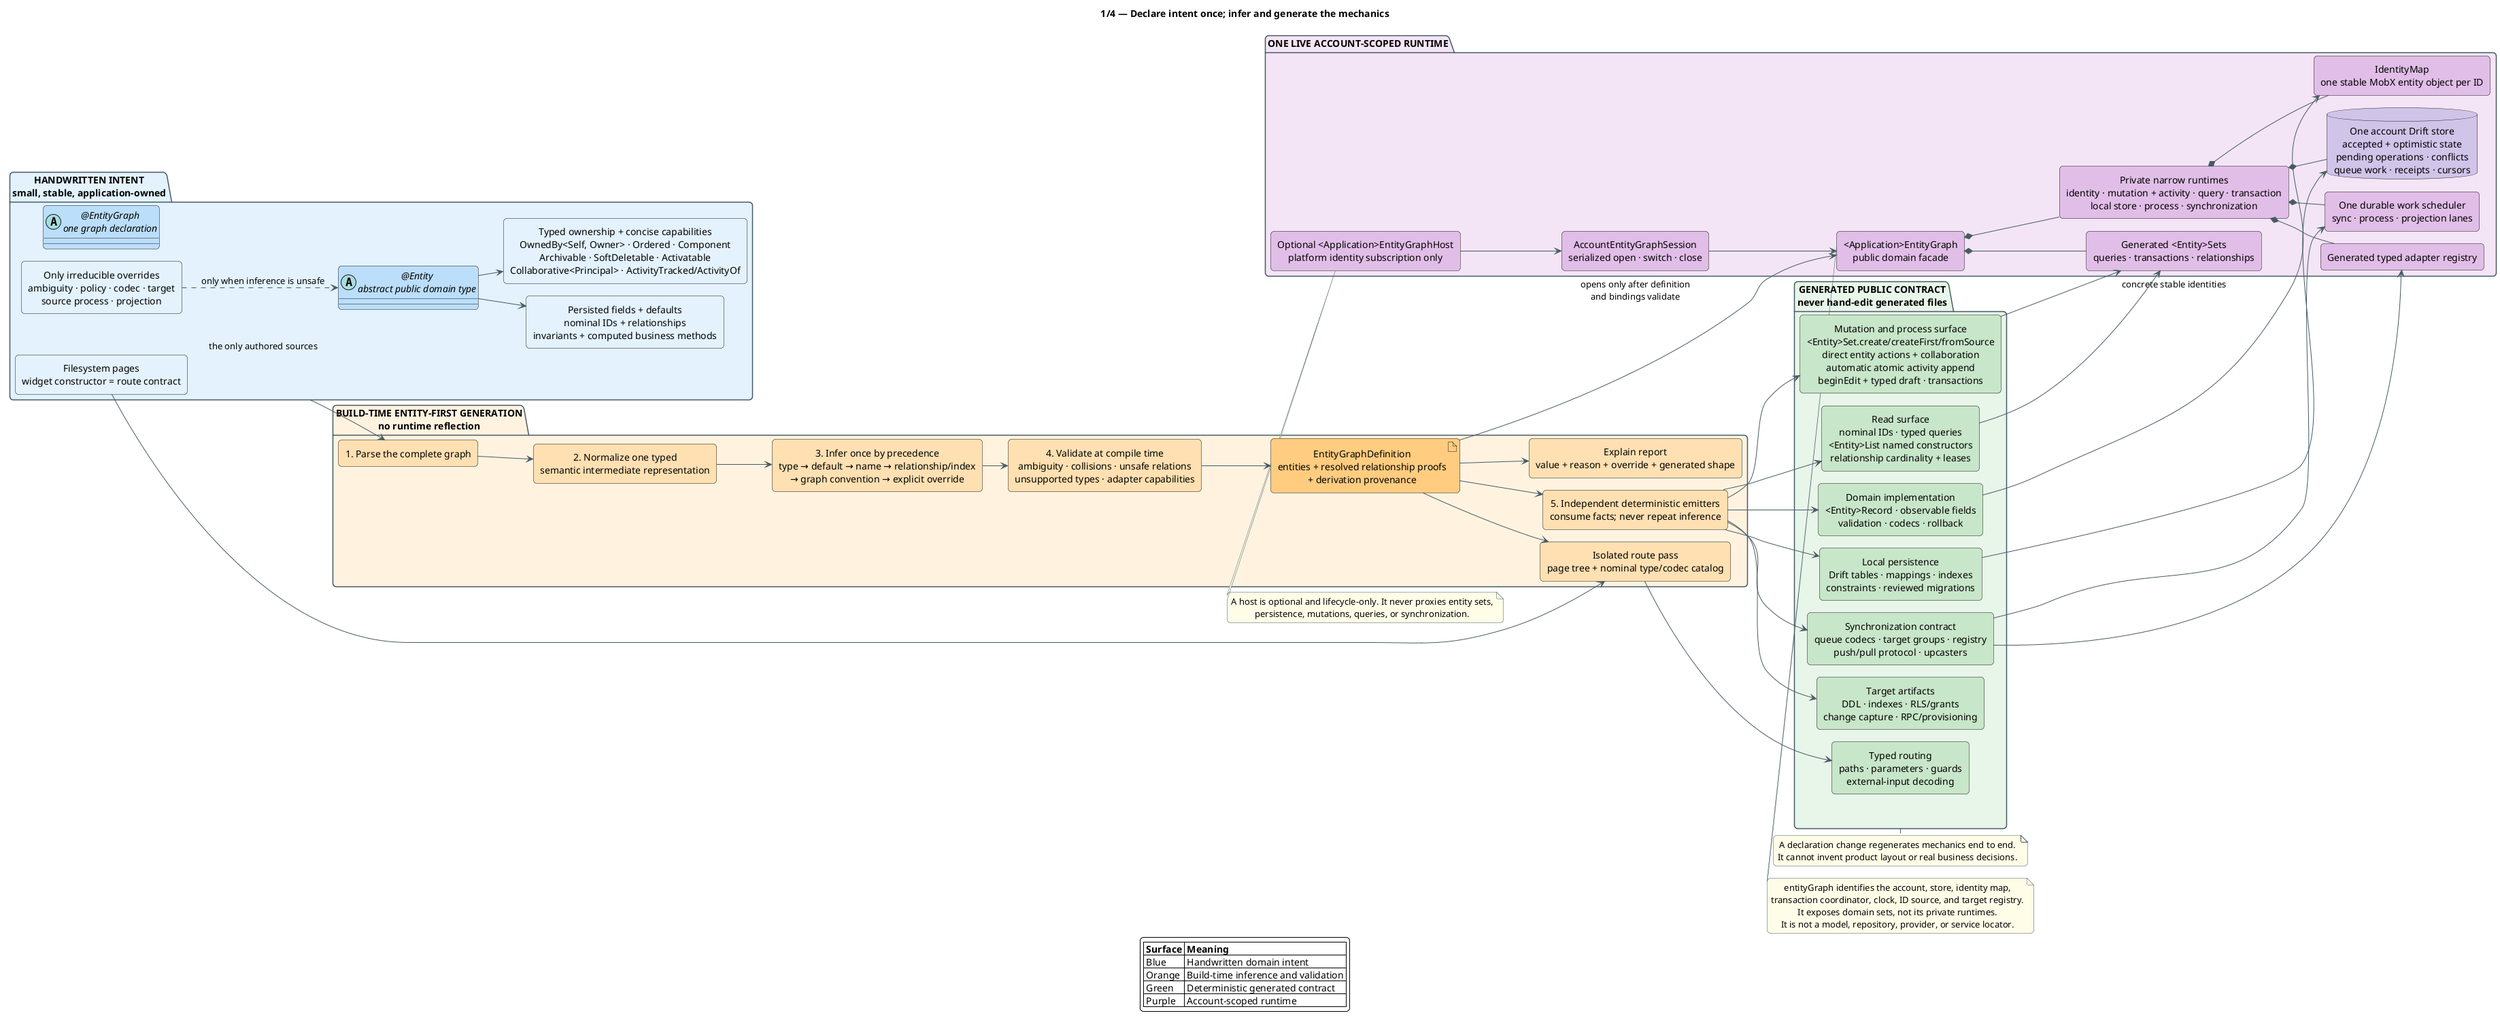
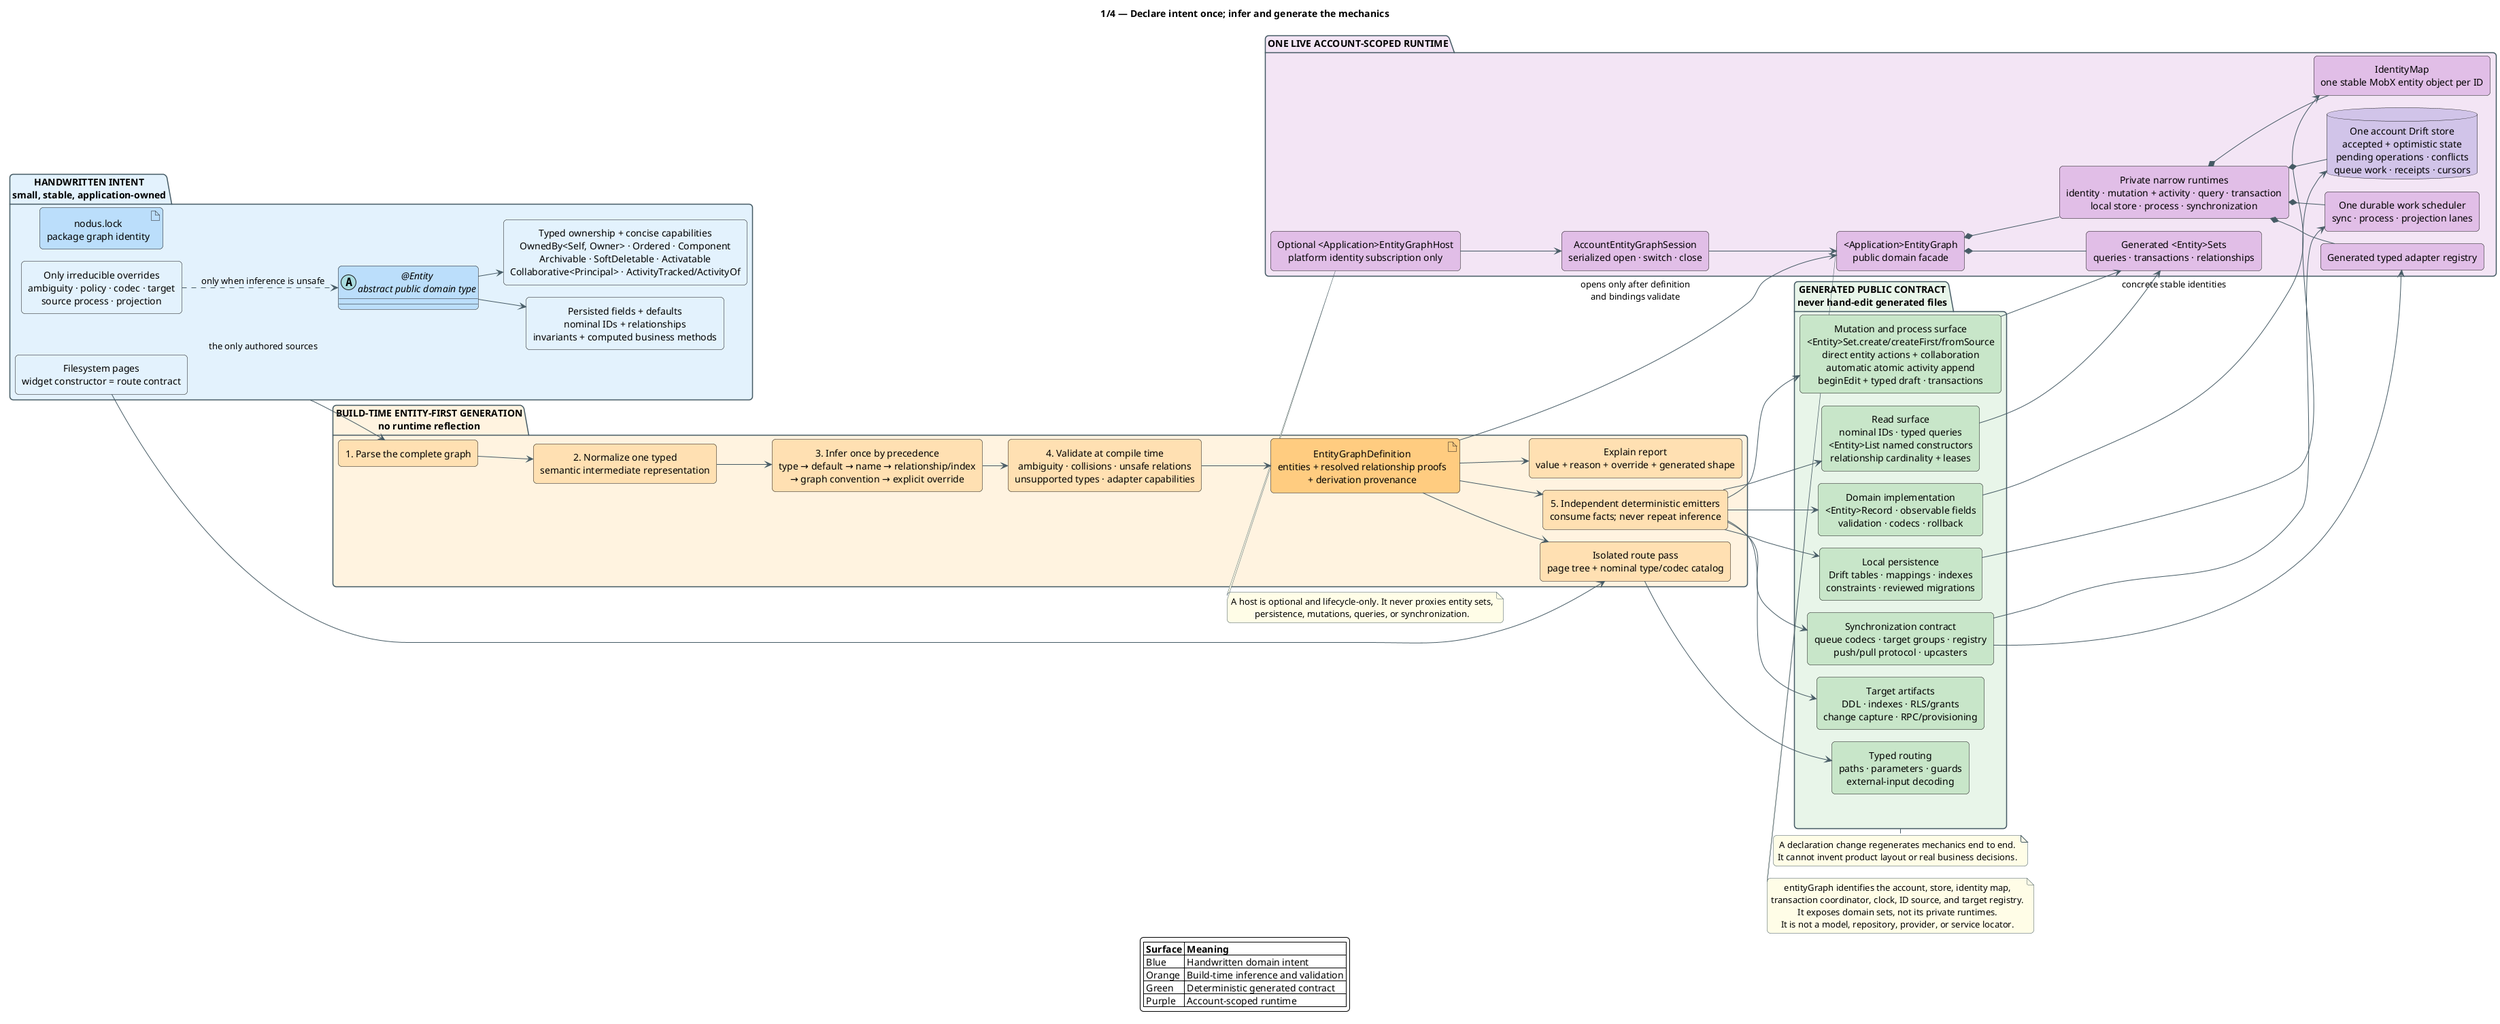
' Entity-first local-first architecture atlas.
' Render every @startuml block to obtain the complete four-view diagram.
' The Markdown contract remains normative; this file is its visual map.

@startuml architecture-01-intent-generation-runtime
!pragma layout smetana
allowmixing
title 1/4 — Declare intent once; infer and generate the mechanics

left to right direction
skinparam backgroundColor #FFFFFF
skinparam shadowing false
skinparam roundcorner 10
skinparam linetype ortho
skinparam componentStyle rectangle
skinparam defaultTextAlignment center
skinparam ArrowColor #455A64
skinparam packageBorderColor #455A64
skinparam packageTitleFontStyle bold
skinparam noteBorderColor #455A64
skinparam noteBackgroundColor #FFFDE7

package "HANDWRITTEN INTENT\nsmall, stable, application-owned" as Authored #E3F2FD {
  abstract class "@Entity\nabstract public domain type" as Entity #BBDEFB
  component "Persisted fields + defaults\nnominal IDs + relationships\ninvariants + computed business methods" as EntityIntent #E3F2FD
  component "Typed ownership + concise capabilities\nOwnedBy<Self, Owner> · Ordered · Component\nArchivable · SoftDeletable · Activatable\nCollaborative<Principal> · ActivityTracked/ActivityOf" as Capabilities #E3F2FD
-   abstract class "@EntityGraph\none graph declaration" as GraphDeclaration #BBDEFB
+   artifact "nodus.lock\npackage graph identity" as GraphDeclaration #BBDEFB
  component "Filesystem pages\nwidget constructor = route contract" as Pages #E3F2FD
  component "Only irreducible overrides\nambiguity · policy · codec · target\nsource process · projection" as Overrides #E3F2FD

  Entity --> EntityIntent
  Entity --> Capabilities
  Overrides ..> Entity : only when inference is unsafe
}

package "BUILD-TIME ENTITY-FIRST GENERATION\nno runtime reflection" as Build #FFF3E0 {
  component "1. Parse the complete graph" as Parse #FFE0B2
  component "2. Normalize one typed\nsemantic intermediate representation" as Normalize #FFE0B2
  component "3. Infer once by precedence\ntype → default → name → relationship/index\n→ graph convention → explicit override" as Infer #FFE0B2
  component "4. Validate at compile time\nambiguity · collisions · unsafe relations\nunsupported types · adapter capabilities" as Validate #FFE0B2
  artifact "EntityGraphDefinition\nentities + resolved relationship proofs\n+ derivation provenance" as Definition #FFCC80
  component "5. Independent deterministic emitters\nconsume facts; never repeat inference" as Emit #FFE0B2
  component "Explain report\nvalue + reason + override + generated shape" as Explain #FFE0B2
  component "Isolated route pass\npage tree + nominal type/codec catalog" as RoutePass #FFE0B2

  Parse --> Normalize
  Normalize --> Infer
  Infer --> Validate
  Validate --> Definition
  Definition --> Emit
  Definition --> Explain
  Definition --> RoutePass
}

package "GENERATED PUBLIC CONTRACT\nnever hand-edit generated files" as Generated #E8F5E9 {
  component "Domain implementation\n<Entity>Record · observable fields\nvalidation · codecs · rollback" as Record #C8E6C9
  component "Mutation and process surface\n<Entity>Set.create/createFirst/fromSource\ndirect entity actions + collaboration\nautomatic atomic activity append\nbeginEdit + typed draft · transactions" as MutationApi #C8E6C9
  component "Read surface\nnominal IDs · typed queries\n<Entity>List named constructors\nrelationship cardinality + leases" as ReadApi #C8E6C9
  component "Local persistence\nDrift tables · mappings · indexes\nconstraints · reviewed migrations" as LocalArtifacts #C8E6C9
  component "Synchronization contract\nqueue codecs · target groups · registry\npush/pull protocol · upcasters" as SyncArtifacts #C8E6C9
  component "Target artifacts\nDDL · indexes · RLS/grants\nchange capture · RPC/provisioning" as RemoteArtifacts #C8E6C9
  component "Typed routing\npaths · parameters · guards\nexternal-input decoding" as RoutingArtifacts #C8E6C9
}

package "ONE LIVE ACCOUNT-SCOPED RUNTIME" as Runtime #F3E5F5 {
  component "Optional <Application>EntityGraphHost\nplatform identity subscription only" as EntityGraphHost #E1BEE7
  component "AccountEntityGraphSession\nserialized open · switch · close" as EntityGraphSession #E1BEE7
  component "<Application>EntityGraph\npublic domain facade" as EntityGraph #E1BEE7
  component "Generated <Entity>Sets\nqueries · transactions · relationships" as Sets #E1BEE7
  component "Private narrow runtimes\nidentity · mutation + activity · query · transaction\nlocal store · process · synchronization" as PrivateRuntimes #E1BEE7
  component "IdentityMap\none stable MobX entity object per ID" as IdentityMap #E1BEE7
  database "One account Drift store\naccepted + optimistic state\npending operations · conflicts\nqueue work · receipts · cursors" as Drift #D1C4E9
  component "One durable work scheduler\nsync · process · projection lanes" as Scheduler #E1BEE7
  component "Generated typed adapter registry" as Registry #E1BEE7

  EntityGraphHost --> EntityGraphSession
  EntityGraphSession --> EntityGraph
  EntityGraph *-- Sets
  EntityGraph *-- PrivateRuntimes
  PrivateRuntimes *-- IdentityMap
  PrivateRuntimes *-- Drift
  PrivateRuntimes *-- Scheduler
  PrivateRuntimes *-- Registry
}

Authored --> Parse : the only authored sources
Emit --> Record
Emit --> MutationApi
Emit --> ReadApi
Emit --> LocalArtifacts
Emit --> SyncArtifacts
Emit --> RemoteArtifacts
Pages --> RoutePass
RoutePass --> RoutingArtifacts

Record --> IdentityMap : concrete stable identities
MutationApi --> Sets
ReadApi --> Sets
LocalArtifacts --> Drift
SyncArtifacts --> Scheduler
SyncArtifacts --> Registry
Definition --> EntityGraph : opens only after definition\nand bindings validate

note bottom of EntityGraph
  entityGraph identifies the account, store, identity map,
  transaction coordinator, clock, ID source, and target registry.
  It exposes domain sets, not its private runtimes.
  It is not a model, repository, provider, or service locator.
end note

note bottom of EntityGraphHost
  A host is optional and lifecycle-only. It never proxies entity sets,
  persistence, mutations, queries, or synchronization.
end note

note bottom of Generated
  A declaration change regenerates mechanics end to end.
  It cannot invent product layout or real business decisions.
end note

legend bottom
  |= Surface |= Meaning |
  | Blue | Handwritten domain intent |
  | Orange | Build-time inference and validation |
  | Green | Deterministic generated contract |
  | Purple | Account-scoped runtime |
endlegend
@enduml


@startuml architecture-02-write-push-pull-observe
title 2/4 — One local-first write, asynchronous convergence, precise UI reaction

skinparam backgroundColor #FFFFFF
skinparam shadowing false
skinparam roundcorner 8
skinparam sequenceArrowThickness 1
skinparam responseMessageBelowArrow true
skinparam maxMessageSize 90
skinparam noteBorderColor #455A64
skinparam noteBackgroundColor #FFFDE7
hide footbox

actor "Flutter UI\nObserver + Hooks" as UI
participant "Generated domain API\nset creation / direct entity actions\ndraft / typed list and lookup" as API
participant "EntityGraph\ntransaction coordinator" as Graph
participant "IdentityMap\nMobX projection" as Identity
database "Drift\nprojection + durable work" as DB
queue "Durable scheduler\nsync / process / projection lane" as Queue
participant "Generated router\n+ typed adapter" as Adapter
participant "Remote target\nSupabase / Convex / API" as Remote

== Typed read and observation ==
UI -> API : acquire typed <Entity>Query or <Entity>List
API -> Graph : structural query key + explicit lease
Graph -> DB : indexed/batched local query
DB --> Graph : typed rows
Graph -> Identity : materialize/update the same object per nominal ID
Identity --> UI : stable identities + exact fields/membership read
note over UI,Identity
  MobX records exactly what each Observer reads.
  Hooks own only widget-lifetime interaction resources.
end note

== Local-first mutation ==
UI -> API : create/fromSource / entity action / beginEdit().save() / transaction
API -> Graph : one typed mutation intent
Graph -> Graph : validate complete candidate + invariant + authorization
Graph -> Identity : one optimistic MobX action
Identity --> UI : immediate coherent projection

Graph -> DB : BEGIN local transaction
Graph -> DB : persist projection
opt replicated, exported, durable process, or secondary projection
  Graph -> DB : persist typed target/process/projection intent with stable operation ID
end
Graph -> DB : COMMIT
DB --> Graph : local durability confirmed
Graph --> API : Future completes
API --> UI : success means local commit, never remote completion

note over API,Graph
  transaction(FutureOr body) keeps one optimistic overlay and one atomic batch.
  Awaited inner mutations bind buffered commits; only the outer Future owns durability.
end note

alt local commit fails
  DB --> Graph : typed persistence failure
  Graph -> Identity : remove failed overlay; rebase later valid mutations
  Graph --> UI : typed failure after deterministic rollback/rebase
else local commit succeeds
  note over DB,Queue
    Projection and outbound work are atomic: neither can exist durably without the other.
  end note
end

== Asynchronous sync, process, or projection work ==
Queue -> DB : fairly claim bounded eligible work by target + direction
DB --> Queue : leased operation batch
Queue -> Adapter : generated typed payload + required version/receipt contract
Adapter -> Remote : idempotent target operation
Remote --> Adapter : canonical acknowledgement, process outcome, or projection receipt
Adapter -> DB : atomic base/outcome/receipt merge + pending-overlay rebase
DB -> Identity : publish only exact changed identities/fields/query membership
Identity --> UI : only dependent reactions rerun

== Collaboration and recovery ==
Remote -->> Adapter : realtime signal (wake-up hint only)
Adapter -> Queue : coalesce a durable pull request for this target
Queue -> Adapter : pull after independent monotonic target cursor
Adapter -> Remote : ordered change-log request
Remote --> Adapter : canonical snapshots/tombstones + next cursor
Adapter -> Adapter : validate descriptor/protocol; allowed deterministic upcast
Adapter -> DB : atomic base + projection + cursor update
DB -> Identity : update the same stable objects
Identity --> UI : exact observers and acquired lists react

note over Adapter,Remote
  Signals may be lost, delayed, or duplicated.
  Ordered cursor recovery is correctness; bounded snapshot recovery handles cursor expiry.
end note

note over UI,Remote
  No repository, provider mirror, feature refresh registry, direct remote write,
  raw patch map, duplicate DTO, per-row database stream, or global invalidation participates.
end note
@enduml


@startuml architecture-03-modes-targets-ordering
!pragma layout smetana
title 3/4 — Authority modes, projections, adapters, and ordered collaboration

top to bottom direction
skinparam backgroundColor #FFFFFF
skinparam shadowing false
skinparam roundcorner 10
skinparam linetype ortho
skinparam componentStyle rectangle
skinparam defaultTextAlignment center
skinparam ArrowColor #455A64
skinparam packageBorderColor #455A64
skinparam noteBorderColor #455A64
skinparam noteBackgroundColor #FFFDE7

- component "@EntityGraph\noptional defaultSyncTarget" as GraphDecl #BBDEFB
+ component "nodus.lock\ntyped default target" as GraphDecl #BBDEFB
component "@Entity\noptional sync mode or target override" as EntityDecl #BBDEFB
component "Generated typed target enum + registry\nentity descriptor groups + capability validation" as TargetRegistry #C8E6C9
component "One physical durable scheduler\nfair work-kind/target/direction lanes" as Scheduler #E1BEE7

GraphDecl --> TargetRegistry : infer default routing
EntityDecl --> TargetRegistry : inherit default; override only intent
TargetRegistry --> Scheduler

package "MODE IS AN AUTHORITY CONTRACT" as Modes #E8F5E9 {
  component "localOnly\nDrift only\nlocal mutations: yes\nqueue / pull: none" as LocalOnly #C8E6C9
  component "replicated\nlocal mutations: yes\naccepted remote base + pending overlay\npush + ordered pull + conflict rebase" as Replicated #C8E6C9
  component "imported\nremote authoritative\nordinary local mutation API: absent\nordered pull only" as Imported #C8E6C9
  component "exported\nDrift authoritative\nlocal mutations + idempotent outbox\nreceipt; no remote base/rebase" as Exported #C8E6C9
}

TargetRegistry --> LocalOnly : no target → safe default
TargetRegistry --> Replicated : graph default or entity target
TargetRegistry --> Imported : explicit only
TargetRegistry --> Exported : explicit only

package "SYNC TARGET ADAPTERS\ntransport is replaceable; domain is unchanged" as Targets #FFF3E0 {
  component "SupabaseSyncAdapter\nSQL schema + RLS + RPC + log" as Supabase #FFE0B2
  component "ConvexSyncAdapter\nnon-SQL protocol/provisioning" as Convex #FFE0B2
  component "NamedExternalApiSyncAdapter\nonly if it satisfies declared mode capabilities" as External #FFE0B2
  component "MultiMasterProtocolAdapter\none deterministic merge/recovery authority contract" as MultiMaster #FFE0B2
}

Scheduler --> Supabase : generated target lane
Scheduler --> Convex : generated target lane
Scheduler --> External : generated target lane
Scheduler --> MultiMaster : one encapsulated authority lane
Replicated ..> Scheduler
Imported ..> Scheduler
Exported ..> Scheduler

note right of Targets
  An entity names a stable target identifier, never an adapter class.
  The composition root supplies exactly one compatible adapter per used target.
  There is no handwritten entity-to-adapter map.
end note

package "SECONDARY PROJECTIONS — NEVER AUTHORITIES" as ProjectionPackage #E8F5E9 {
  component "Generated typed projection outbox\ninferred codec · routing · operation ID\nexplicit mapper only for changed semantics" as Projections #C8E6C9
  component "Search · analytics · calendar\nnotification · webhook · materialized view" as ProjectionTargets #C8E6C9
  Projections --> ProjectionTargets : independent idempotent receipts
}

Scheduler --> Projections : independent failure-isolated lanes

package "ORDERED CAPABILITY — SEMANTICS, NOT sortOrder" as Order #F3E5F5 {
  component "implements Ordered" as Ordered #E1BEE7
  component "Infer canonical typed scope tuple\nrelationship source → hierarchy → owner → bounded root\nexplicit orderScope only resolves ambiguity" as Scope #E1BEE7
  component "Generated collection operations\nappend · prepend · moveBefore · moveAfter\nrelationship moveFirst · moveLast · neighbor moves\nexact operations only with a boundedness proof\nexact scope parameters → atomic transfer" as OrderApi #E1BEE7
  component "Internal scalable rank\nindex = stored scope + lifecycle + rank + stable ID" as Rank #E1BEE7
  component "Remote canonical scope lane\nhierarchy partition + deterministic source/target locks\nmonotonic typed {scope, version} receipts" as CanonicalOrder #E1BEE7

  Ordered --> Scope
  Scope --> OrderApi
  OrderApi --> Rank
  Rank --> CanonicalOrder
}

Replicated --> CanonicalOrder : semantic operation carries scope base version

note bottom of Order
  Creation/removal/restoration/move/reorder/transfer share the same scope lock and version.
  Local and remote transfers reserve source + target lanes in deterministic key order.
  Recursive transfer adds an owner/hierarchy-partition lock for cycle safety.
  Transfer returns source + target receipts and appends by default.
  Scope fields are immutable to ordinary edits. A move normally writes one member;
  unbounded recovery expands keyset-indexed windows geometrically and never loads the scope.
  Transaction-local optimistic members participate in the next boundary calculation.
end note

note bottom of Scheduler
  One entity has one authority contract and may have several non-authoritative projections.
  Projection failure never rolls authoritative state back.
  Cross-target foreign keys, collaboration joins, or remote atomic invariants are rejected
  unless an explicit loose-reference, saga, or integration-event contract owns compensation.
end note
@enduml


@startuml architecture-04-boundaries-and-proof
!pragma layout smetana
title 4/4 — Dependency boundaries, extension points, and proof of conformance

left to right direction
skinparam backgroundColor #FFFFFF
skinparam shadowing false
skinparam roundcorner 10
skinparam linetype ortho
skinparam componentStyle rectangle
skinparam defaultTextAlignment center
skinparam ArrowColor #455A64
skinparam packageBorderColor #455A64
skinparam noteBorderColor #455A64
skinparam noteBackgroundColor #FFFDE7

package "DEPENDENCY DIRECTION" as Dependencies #E3F2FD {
  component "Domain declarations\nannotations + nominal/value types only" as Domain #BBDEFB
  component "Generated domain implementation\nmetadata + records + sets" as GeneratedDomain #C8E6C9
  component "Generated EntityGraph\nruntime composition" as GeneratedGraph #C8E6C9
  component "Application composition + UI\ninjection · MobX Observer · Hooks" as AppUI #E1BEE7

  AppUI --> GeneratedGraph : uses
  GeneratedGraph --> GeneratedDomain : composes
  GeneratedDomain --> Domain : implements
}

package "ONE REUSABLE NODUS PACKAGE\none version · one setup · never depends on an application" as Reusable #FFF3E0 {
  component "public domain surface\nannotations · capabilities · nominal values" as Annotations #FFE0B2
  component "private compiler\nparser → canonical IR → inference → validation\nprovenance → deterministic emitters" as Generator #FFE0B2
  component "private narrow runtimes\nidentity · mutation · query · transaction\nlocal store · process · sync" as CoreRuntime #FFE0B2
  component "internal capability integrations\nDrift · MobX · Flutter · routing\ntarget/process/projection adapters" as Integrations #FFE0B2

  Generator --> Annotations
  CoreRuntime --> Annotations
  Integrations --> CoreRuntime
}

Domain --> Annotations
GeneratedDomain --> CoreRuntime
GeneratedGraph --> Integrations

package "ALLOWED NARROW EXTENSIONS" as Extensions #E8F5E9 {
  component "typed value/source codec or pure mapper" as Codec #C8E6C9
  component "typed SyncAdapter" as SyncAdapter #C8E6C9
  component "explicit conflict/authorization policy" as Policy #C8E6C9
  component "reviewed migration/backfill" as Migration #C8E6C9
  component "typed process/projection destination\nexternal device/payment/file/computation port" as Port #C8E6C9
}

Extensions ..> Generator : typed inputs, compile-time checked
Extensions ..> Integrations : injected at explicit composition boundary

package "FORBIDDEN SECOND MODELS / HIDDEN COSTS" as Forbidden #FFEBEE {
  component "Repositories · data/access · import/workflow services\ncommands/queries that only forward generated behavior" as NoRepo #FFCDD2
  component "Any duplicate entity/query state\nprovider/view-model mirrors · global invalidation" as NoProvider #FFCDD2
  component "Duplicate DTO/schema/serialization\nmanual registry/routes · raw IDs/maps" as NoDuplication #FFCDD2
  component "Runtime reflection · emitter re-inference · N+1\nunbounded scan · compiler-wide invalidation\nper-row I/O subscriptions · scope-free rank indexes" as NoHiddenCost #FFCDD2
}

package "EVERY CHANGE MUST PROVE" as Proof #F3E5F5 {
  component "Clean/no-op/incremental deterministic generation\n+ explain provenance + compile-failure contracts" as GenerateTest #E1BEE7
  component "Formatting + zero-warning static analysis" as StaticTest #E1BEE7
  component "Runtime + DB + sync-adapter + security tests" as RuntimeTest #E1BEE7
  component "UI precision + lifecycle cleanup tests" as UITest #E1BEE7
  component "Compiler + runtime bounded-cost budgets" as Bench #E1BEE7
  component "Generated-output + migration-inventory drift checks" as DriftCheck #E1BEE7

  GenerateTest --> StaticTest
  StaticTest --> RuntimeTest
  RuntimeTest --> UITest
  UITest --> Bench
  Bench --> DriftCheck
}

GeneratedGraph --> Proof : architectural change is accepted only after all gates

note bottom of Dependencies
  EntityGraphDefinition = immutable generated metadata.
  EntityGraphHost = optional platform identity/session composition.
  AccountEntityGraphSession = serialized account lifecycle.
  EntityGraph = one live account runtime.
  IdentityMap = stable observable entity instances.
  Drift = durable local source observed by the application.
  These names and responsibilities are never interchangeable.
end note

note bottom of Reusable
  One distribution package does not mean one implementation unit.
  Applications use the stable umbrella API and generated library;
  they never import src/ or assemble private runtimes.
end note

note bottom of Forbidden
  Renaming a wrapper to provider, repository, access, query, command, manager,
  controller, or service does not make mechanical forwarding architectural.
end note

note bottom of Proof
  Migration is complete only when no temporary wrapper/debt remains.
  Missing generic capability is built once inside Nodus, then consumers migrate mechanically.
end note
@enduml
